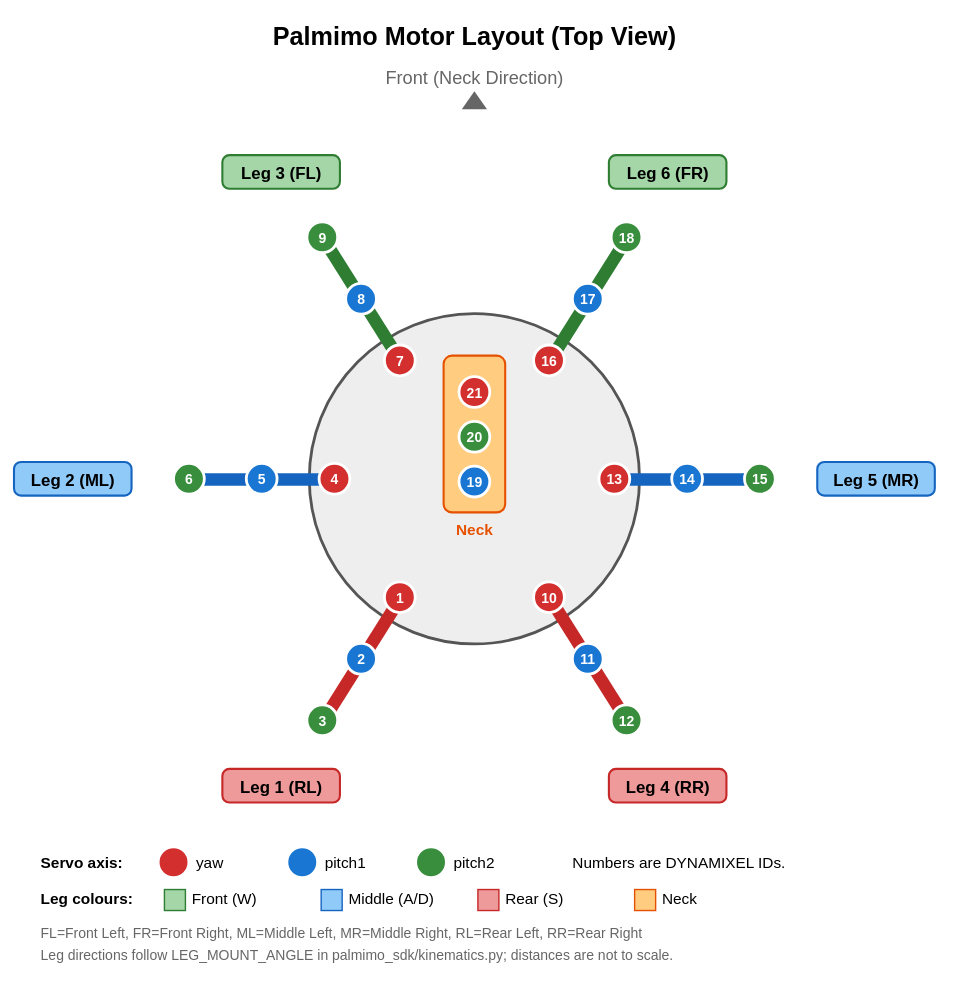
Before: doc/images/motor_layout.drawio.svg, a diagram exported from draw.io (Jizai-inc/palmimo-devkit). Source tidied: cells renumbered, new cells last; positions are measured from the earlier drawing's top-left corner, leaving out a move shared by most shapes. Its diagram source:
```xml
<mxGraphModel background="#ffffff">
  <root>
    <mxCell id="0" />
    <mxCell id="1" parent="0" />
    <mxCell id="2" value="Palmimo Motor Layout (Top View)" style="text;html=0;align=center;verticalAlign=top;spacing=0;spacingTop=0;strokeColor=none;fillColor=none;fontFamily=Helvetica;fontSize=18;fontColor=#000000;fontStyle=1;" parent="1" vertex="1">
      <mxGeometry x="151" width="356" height="26" as="geometry" />
    </mxCell>
    <mxCell id="3" value="Front (Neck Direction)" style="text;html=0;align=center;verticalAlign=top;spacing=0;spacingTop=0;strokeColor=none;fillColor=none;fontFamily=Helvetica;fontSize=13;fontColor=#666666;" parent="1" vertex="1">
      <mxGeometry x="235.5" y="33" width="187" height="20" as="geometry" />
    </mxCell>
    <mxCell id="4" style="html=0;whiteSpace=wrap;fillColor=#666666;strokeColor=none;strokeWidth=1;shape=triangle;direction=north;" parent="1" vertex="1">
      <mxGeometry x="320" y="55" width="18" height="13" as="geometry" />
    </mxCell>
    <mxCell id="5" style="ellipse;html=0;fillColor=#eeeeee;strokeColor=#555555;strokeWidth=2;" parent="1" vertex="1">
      <mxGeometry x="211" y="214" width="236" height="236" as="geometry" />
    </mxCell>
    <mxCell id="6" style="html=0;rounded=0;strokeColor=#c62828;strokeWidth=9;endArrow=none;" parent="1" edge="1">
      <mxGeometry relative="1" as="geometry">
        <mxPoint x="275.7" y="416.6" as="sourcePoint" />
        <mxPoint x="220.3" y="504.6" as="targetPoint" />
      </mxGeometry>
    </mxCell>
    <mxCell id="7" value="1" style="ellipse;html=0;fillColor=#d32f2f;strokeColor=#ffffff;strokeWidth=2;fontColor=#ffffff;fontStyle=1;fontSize=10;fontFamily=Helvetica;" parent="1" vertex="1">
      <mxGeometry x="264.7" y="405.6" width="22" height="22" as="geometry" />
    </mxCell>
    <mxCell id="8" value="2" style="ellipse;html=0;fillColor=#1976d2;strokeColor=#ffffff;strokeWidth=2;fontColor=#ffffff;fontStyle=1;fontSize=10;fontFamily=Helvetica;" parent="1" vertex="1">
      <mxGeometry x="237" y="449.6" width="22" height="22" as="geometry" />
    </mxCell>
    <mxCell id="9" value="3" style="ellipse;html=0;fillColor=#388e3c;strokeColor=#ffffff;strokeWidth=2;fontColor=#ffffff;fontStyle=1;fontSize=10;fontFamily=Helvetica;" parent="1" vertex="1">
      <mxGeometry x="209.3" y="493.6" width="22" height="22" as="geometry" />
    </mxCell>
    <mxCell id="10" value="Leg 1 (RL)" style="rounded=1;absoluteArcSize=1;arcSize=10;html=0;fillColor=#ef9a9a;strokeColor=#c62828;strokeWidth=1.5;fontFamily=Helvetica;fontSize=12;fontStyle=1;fontColor=#000000;" parent="1" vertex="1">
      <mxGeometry x="148.9" y="539.3" width="84" height="24" as="geometry" />
    </mxCell>
    <mxCell id="11" style="html=0;rounded=0;strokeColor=#1565c0;strokeWidth=9;endArrow=none;" parent="1" edge="1">
      <mxGeometry relative="1" as="geometry">
        <mxPoint x="229" y="332" as="sourcePoint" />
        <mxPoint x="125" y="332" as="targetPoint" />
      </mxGeometry>
    </mxCell>
    <mxCell id="12" value="4" style="ellipse;html=0;fillColor=#d32f2f;strokeColor=#ffffff;strokeWidth=2;fontColor=#ffffff;fontStyle=1;fontSize=10;fontFamily=Helvetica;" parent="1" vertex="1">
      <mxGeometry x="218" y="321" width="22" height="22" as="geometry" />
    </mxCell>
    <mxCell id="13" value="5" style="ellipse;html=0;fillColor=#1976d2;strokeColor=#ffffff;strokeWidth=2;fontColor=#ffffff;fontStyle=1;fontSize=10;fontFamily=Helvetica;" parent="1" vertex="1">
      <mxGeometry x="166" y="321" width="22" height="22" as="geometry" />
    </mxCell>
    <mxCell id="14" value="6" style="ellipse;html=0;fillColor=#388e3c;strokeColor=#ffffff;strokeWidth=2;fontColor=#ffffff;fontStyle=1;fontSize=10;fontFamily=Helvetica;" parent="1" vertex="1">
      <mxGeometry x="114" y="321" width="22" height="22" as="geometry" />
    </mxCell>
    <mxCell id="15" value="Leg 2 (ML)" style="rounded=1;absoluteArcSize=1;arcSize=10;html=0;fillColor=#90caf9;strokeColor=#1565c0;strokeWidth=1.5;fontFamily=Helvetica;fontSize=12;fontStyle=1;fontColor=#000000;" parent="1" vertex="1">
      <mxGeometry y="320" width="84" height="24" as="geometry" />
    </mxCell>
    <mxCell id="16" style="html=0;rounded=0;strokeColor=#2e7d32;strokeWidth=9;endArrow=none;" parent="1" edge="1">
      <mxGeometry relative="1" as="geometry">
        <mxPoint x="275.7" y="247.4" as="sourcePoint" />
        <mxPoint x="220.3" y="159.4" as="targetPoint" />
      </mxGeometry>
    </mxCell>
    <mxCell id="17" value="7" style="ellipse;html=0;fillColor=#d32f2f;strokeColor=#ffffff;strokeWidth=2;fontColor=#ffffff;fontStyle=1;fontSize=10;fontFamily=Helvetica;" parent="1" vertex="1">
      <mxGeometry x="264.7" y="236.4" width="22" height="22" as="geometry" />
    </mxCell>
    <mxCell id="18" value="8" style="ellipse;html=0;fillColor=#1976d2;strokeColor=#ffffff;strokeWidth=2;fontColor=#ffffff;fontStyle=1;fontSize=10;fontFamily=Helvetica;" parent="1" vertex="1">
      <mxGeometry x="237" y="192.4" width="22" height="22" as="geometry" />
    </mxCell>
    <mxCell id="19" value="9" style="ellipse;html=0;fillColor=#388e3c;strokeColor=#ffffff;strokeWidth=2;fontColor=#ffffff;fontStyle=1;fontSize=10;fontFamily=Helvetica;" parent="1" vertex="1">
      <mxGeometry x="209.3" y="148.4" width="22" height="22" as="geometry" />
    </mxCell>
    <mxCell id="20" value="Leg 3 (FL)" style="rounded=1;absoluteArcSize=1;arcSize=10;html=0;fillColor=#a5d6a7;strokeColor=#2e7d32;strokeWidth=1.5;fontFamily=Helvetica;fontSize=12;fontStyle=1;fontColor=#000000;" parent="1" vertex="1">
      <mxGeometry x="148.9" y="100.7" width="84" height="24" as="geometry" />
    </mxCell>
    <mxCell id="21" style="html=0;rounded=0;strokeColor=#c62828;strokeWidth=9;endArrow=none;" parent="1" edge="1">
      <mxGeometry relative="1" as="geometry">
        <mxPoint x="382.3" y="416.6" as="sourcePoint" />
        <mxPoint x="437.7" y="504.6" as="targetPoint" />
      </mxGeometry>
    </mxCell>
    <mxCell id="22" value="10" style="ellipse;html=0;fillColor=#d32f2f;strokeColor=#ffffff;strokeWidth=2;fontColor=#ffffff;fontStyle=1;fontSize=10;fontFamily=Helvetica;" parent="1" vertex="1">
      <mxGeometry x="371.3" y="405.6" width="22" height="22" as="geometry" />
    </mxCell>
    <mxCell id="23" value="11" style="ellipse;html=0;fillColor=#1976d2;strokeColor=#ffffff;strokeWidth=2;fontColor=#ffffff;fontStyle=1;fontSize=10;fontFamily=Helvetica;" parent="1" vertex="1">
      <mxGeometry x="399" y="449.6" width="22" height="22" as="geometry" />
    </mxCell>
    <mxCell id="24" value="12" style="ellipse;html=0;fillColor=#388e3c;strokeColor=#ffffff;strokeWidth=2;fontColor=#ffffff;fontStyle=1;fontSize=10;fontFamily=Helvetica;" parent="1" vertex="1">
      <mxGeometry x="426.7" y="493.6" width="22" height="22" as="geometry" />
    </mxCell>
    <mxCell id="25" value="Leg 4 (RR)" style="rounded=1;absoluteArcSize=1;arcSize=10;html=0;fillColor=#ef9a9a;strokeColor=#c62828;strokeWidth=1.5;fontFamily=Helvetica;fontSize=12;fontStyle=1;fontColor=#000000;" parent="1" vertex="1">
      <mxGeometry x="425.1" y="539.3" width="84" height="24" as="geometry" />
    </mxCell>
    <mxCell id="26" style="html=0;rounded=0;strokeColor=#1565c0;strokeWidth=9;endArrow=none;" parent="1" edge="1">
      <mxGeometry relative="1" as="geometry">
        <mxPoint x="429" y="332" as="sourcePoint" />
        <mxPoint x="533" y="332" as="targetPoint" />
      </mxGeometry>
    </mxCell>
    <mxCell id="27" value="13" style="ellipse;html=0;fillColor=#d32f2f;strokeColor=#ffffff;strokeWidth=2;fontColor=#ffffff;fontStyle=1;fontSize=10;fontFamily=Helvetica;" parent="1" vertex="1">
      <mxGeometry x="418" y="321" width="22" height="22" as="geometry" />
    </mxCell>
    <mxCell id="28" value="14" style="ellipse;html=0;fillColor=#1976d2;strokeColor=#ffffff;strokeWidth=2;fontColor=#ffffff;fontStyle=1;fontSize=10;fontFamily=Helvetica;" parent="1" vertex="1">
      <mxGeometry x="470" y="321" width="22" height="22" as="geometry" />
    </mxCell>
    <mxCell id="29" value="15" style="ellipse;html=0;fillColor=#388e3c;strokeColor=#ffffff;strokeWidth=2;fontColor=#ffffff;fontStyle=1;fontSize=10;fontFamily=Helvetica;" parent="1" vertex="1">
      <mxGeometry x="522" y="321" width="22" height="22" as="geometry" />
    </mxCell>
    <mxCell id="30" value="Leg 5 (MR)" style="rounded=1;absoluteArcSize=1;arcSize=10;html=0;fillColor=#90caf9;strokeColor=#1565c0;strokeWidth=1.5;fontFamily=Helvetica;fontSize=12;fontStyle=1;fontColor=#000000;" parent="1" vertex="1">
      <mxGeometry x="574" y="320" width="84" height="24" as="geometry" />
    </mxCell>
    <mxCell id="31" style="html=0;rounded=0;strokeColor=#2e7d32;strokeWidth=9;endArrow=none;" parent="1" edge="1">
      <mxGeometry relative="1" as="geometry">
        <mxPoint x="382.3" y="247.4" as="sourcePoint" />
        <mxPoint x="437.7" y="159.4" as="targetPoint" />
      </mxGeometry>
    </mxCell>
    <mxCell id="32" value="16" style="ellipse;html=0;fillColor=#d32f2f;strokeColor=#ffffff;strokeWidth=2;fontColor=#ffffff;fontStyle=1;fontSize=10;fontFamily=Helvetica;" parent="1" vertex="1">
      <mxGeometry x="371.3" y="236.4" width="22" height="22" as="geometry" />
    </mxCell>
    <mxCell id="33" value="17" style="ellipse;html=0;fillColor=#1976d2;strokeColor=#ffffff;strokeWidth=2;fontColor=#ffffff;fontStyle=1;fontSize=10;fontFamily=Helvetica;" parent="1" vertex="1">
      <mxGeometry x="399" y="192.4" width="22" height="22" as="geometry" />
    </mxCell>
    <mxCell id="34" value="18" style="ellipse;html=0;fillColor=#388e3c;strokeColor=#ffffff;strokeWidth=2;fontColor=#ffffff;fontStyle=1;fontSize=10;fontFamily=Helvetica;" parent="1" vertex="1">
      <mxGeometry x="426.7" y="148.4" width="22" height="22" as="geometry" />
    </mxCell>
    <mxCell id="35" value="Leg 6 (FR)" style="rounded=1;absoluteArcSize=1;arcSize=10;html=0;fillColor=#a5d6a7;strokeColor=#2e7d32;strokeWidth=1.5;fontFamily=Helvetica;fontSize=12;fontStyle=1;fontColor=#000000;" parent="1" vertex="1">
      <mxGeometry x="425.1" y="100.7" width="84" height="24" as="geometry" />
    </mxCell>
    <mxCell id="36" style="rounded=1;absoluteArcSize=1;arcSize=12;html=0;whiteSpace=wrap;fillColor=#ffcc80;strokeColor=#e65100;strokeWidth=1.5;" parent="1" vertex="1">
      <mxGeometry x="307" y="244" width="44" height="112" as="geometry" />
    </mxCell>
    <mxCell id="37" value="19" style="ellipse;html=0;fillColor=#1976d2;strokeColor=#ffffff;strokeWidth=2;fontColor=#ffffff;fontStyle=1;fontSize=10;fontFamily=Helvetica;" parent="1" vertex="1">
      <mxGeometry x="318" y="323" width="22" height="22" as="geometry" />
    </mxCell>
    <mxCell id="38" value="20" style="ellipse;html=0;fillColor=#388e3c;strokeColor=#ffffff;strokeWidth=2;fontColor=#ffffff;fontStyle=1;fontSize=10;fontFamily=Helvetica;" parent="1" vertex="1">
      <mxGeometry x="318" y="291" width="22" height="22" as="geometry" />
    </mxCell>
    <mxCell id="39" value="21" style="ellipse;html=0;fillColor=#d32f2f;strokeColor=#ffffff;strokeWidth=2;fontColor=#ffffff;fontStyle=1;fontSize=10;fontFamily=Helvetica;" parent="1" vertex="1">
      <mxGeometry x="318" y="259" width="22" height="22" as="geometry" />
    </mxCell>
    <mxCell id="40" value="Neck" style="text;html=0;align=center;verticalAlign=top;spacing=0;spacingTop=0;strokeColor=none;fillColor=none;fontFamily=Helvetica;fontSize=11;fontColor=#e65100;fontStyle=1;" parent="1" vertex="1">
      <mxGeometry x="309" y="357" width="40" height="18" as="geometry" />
    </mxCell>
    <mxCell id="41" value="Servo axis:" style="text;html=0;align=left;verticalAlign=top;spacing=0;spacingTop=0;strokeColor=none;fillColor=none;fontFamily=Helvetica;fontSize=11;fontColor=#000000;fontStyle=1;" parent="1" vertex="1">
      <mxGeometry x="19" y="595" width="80" height="18" as="geometry" />
    </mxCell>
    <mxCell id="42" style="ellipse;html=0;fillColor=#d32f2f;strokeColor=#ffffff;strokeWidth=2;fontColor=#ffffff;fontStyle=1;fontSize=10;fontFamily=Helvetica;" parent="1" vertex="1">
      <mxGeometry x="103" y="595" width="22" height="22" as="geometry" />
    </mxCell>
    <mxCell id="43" value="yaw" style="text;html=0;align=left;verticalAlign=top;spacing=0;spacingTop=0;strokeColor=none;fillColor=none;fontFamily=Helvetica;fontSize=11;fontColor=#000000;" parent="1" vertex="1">
      <mxGeometry x="130" y="595" width="60" height="18" as="geometry" />
    </mxCell>
    <mxCell id="44" style="ellipse;html=0;fillColor=#1976d2;strokeColor=#ffffff;strokeWidth=2;fontColor=#ffffff;fontStyle=1;fontSize=10;fontFamily=Helvetica;" parent="1" vertex="1">
      <mxGeometry x="195" y="595" width="22" height="22" as="geometry" />
    </mxCell>
    <mxCell id="45" value="pitch1" style="text;html=0;align=left;verticalAlign=top;spacing=0;spacingTop=0;strokeColor=none;fillColor=none;fontFamily=Helvetica;fontSize=11;fontColor=#000000;" parent="1" vertex="1">
      <mxGeometry x="222" y="595" width="60" height="18" as="geometry" />
    </mxCell>
    <mxCell id="46" style="ellipse;html=0;fillColor=#388e3c;strokeColor=#ffffff;strokeWidth=2;fontColor=#ffffff;fontStyle=1;fontSize=10;fontFamily=Helvetica;" parent="1" vertex="1">
      <mxGeometry x="287" y="595" width="22" height="22" as="geometry" />
    </mxCell>
    <mxCell id="47" value="pitch2" style="text;html=0;align=left;verticalAlign=top;spacing=0;spacingTop=0;strokeColor=none;fillColor=none;fontFamily=Helvetica;fontSize=11;fontColor=#000000;" parent="1" vertex="1">
      <mxGeometry x="314" y="595" width="60" height="18" as="geometry" />
    </mxCell>
    <mxCell id="48" value="Numbers are DYNAMIXEL IDs." style="text;html=0;align=left;verticalAlign=top;spacing=0;spacingTop=0;strokeColor=none;fillColor=none;fontFamily=Helvetica;fontSize=11;fontColor=#000000;" parent="1" vertex="1">
      <mxGeometry x="399" y="595" width="200" height="18" as="geometry" />
    </mxCell>
    <mxCell id="49" value="Leg colours:" style="text;html=0;align=left;verticalAlign=top;spacing=0;spacingTop=0;strokeColor=none;fillColor=none;fontFamily=Helvetica;fontSize=11;fontColor=#000000;fontStyle=1;" parent="1" vertex="1">
      <mxGeometry x="19" y="621" width="80" height="18" as="geometry" />
    </mxCell>
    <mxCell id="50" style="html=0;whiteSpace=wrap;fillColor=#a5d6a7;strokeColor=#2e7d32;strokeWidth=1;" parent="1" vertex="1">
      <mxGeometry x="107" y="625" width="15" height="15" as="geometry" />
    </mxCell>
    <mxCell id="51" value="Front (W)" style="text;html=0;align=left;verticalAlign=top;spacing=0;spacingTop=0;strokeColor=none;fillColor=none;fontFamily=Helvetica;fontSize=11;fontColor=#000000;" parent="1" vertex="1">
      <mxGeometry x="127" y="621" width="85" height="18" as="geometry" />
    </mxCell>
    <mxCell id="52" style="html=0;whiteSpace=wrap;fillColor=#90caf9;strokeColor=#1565c0;strokeWidth=1;" parent="1" vertex="1">
      <mxGeometry x="219" y="625" width="15" height="15" as="geometry" />
    </mxCell>
    <mxCell id="53" value="Middle (A/D)" style="text;html=0;align=left;verticalAlign=top;spacing=0;spacingTop=0;strokeColor=none;fillColor=none;fontFamily=Helvetica;fontSize=11;fontColor=#000000;" parent="1" vertex="1">
      <mxGeometry x="239" y="621" width="85" height="18" as="geometry" />
    </mxCell>
    <mxCell id="54" style="html=0;whiteSpace=wrap;fillColor=#ef9a9a;strokeColor=#c62828;strokeWidth=1;" parent="1" vertex="1">
      <mxGeometry x="331" y="625" width="15" height="15" as="geometry" />
    </mxCell>
    <mxCell id="55" value="Rear (S)" style="text;html=0;align=left;verticalAlign=top;spacing=0;spacingTop=0;strokeColor=none;fillColor=none;fontFamily=Helvetica;fontSize=11;fontColor=#000000;" parent="1" vertex="1">
      <mxGeometry x="351" y="621" width="85" height="18" as="geometry" />
    </mxCell>
    <mxCell id="56" style="html=0;whiteSpace=wrap;fillColor=#ffcc80;strokeColor=#e65100;strokeWidth=1;" parent="1" vertex="1">
      <mxGeometry x="443" y="625" width="15" height="15" as="geometry" />
    </mxCell>
    <mxCell id="57" value="Neck" style="text;html=0;align=left;verticalAlign=top;spacing=0;spacingTop=0;strokeColor=none;fillColor=none;fontFamily=Helvetica;fontSize=11;fontColor=#000000;" parent="1" vertex="1">
      <mxGeometry x="463" y="621" width="85" height="18" as="geometry" />
    </mxCell>
    <mxCell id="58" value="FL=Front Left, FR=Front Right, ML=Middle Left, MR=Middle Right, RL=Rear Left, RR=Rear Right" style="text;html=0;align=left;verticalAlign=top;spacing=0;spacingTop=0;strokeColor=none;fillColor=none;fontFamily=Helvetica;fontSize=10;fontColor=#666666;" parent="1" vertex="1">
      <mxGeometry x="19" y="646" width="560" height="16" as="geometry" />
    </mxCell>
    <mxCell id="59" value="Leg directions follow LEG_MOUNT_ANGLE in palmimo_sdk/kinematics.py; distances are not to scale." style="text;html=0;align=left;verticalAlign=top;spacing=0;spacingTop=0;strokeColor=none;fillColor=none;fontFamily=Helvetica;fontSize=10;fontColor=#666666;" parent="1" vertex="1">
      <mxGeometry x="19" y="662" width="560" height="16" as="geometry" />
    </mxCell>
  </root>
</mxGraphModel>
```
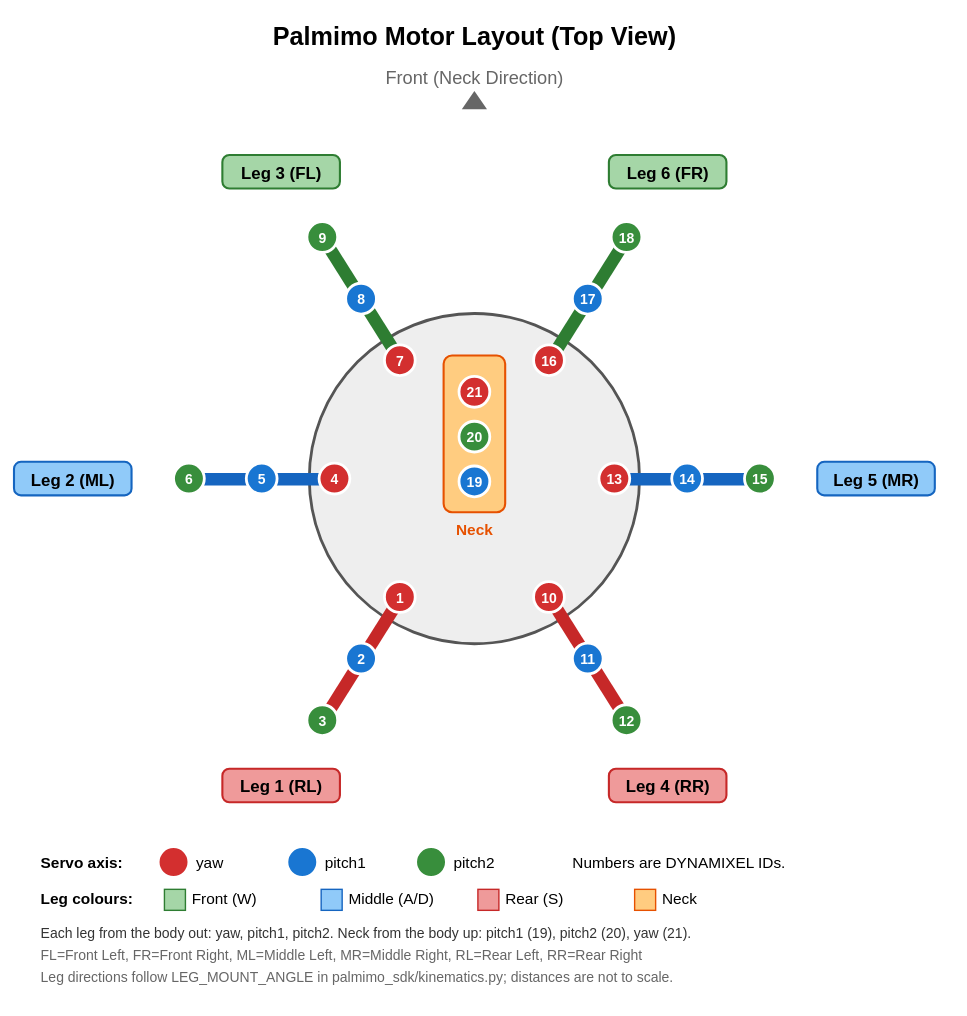
After the commit.

Commit message:
docs(images): spell out the servo axis order in the motor layout legend

The axis of each ID was given by colour alone. Name the order along each
leg and up the neck in text, so the figure reads in grayscale too.

What changed in the source:
```diff
@@ -188,11 +188,14 @@
     <mxCell id="57" value="Neck" style="text;html=0;align=left;verticalAlign=top;spacing=0;spacingTop=0;strokeColor=none;fillColor=none;fontFamily=Helvetica;fontSize=11;fontColor=#000000;" parent="1" vertex="1">
       <mxGeometry x="463" y="621" width="85" height="18" as="geometry" />
     </mxCell>
+    <mxCell id="60" value="Each leg from the body out: yaw, pitch1, pitch2. Neck from the body up: pitch1 (19), pitch2 (20), yaw (21)." style="text;html=0;align=left;verticalAlign=top;spacing=0;spacingTop=0;strokeColor=none;fillColor=none;fontFamily=Helvetica;fontSize=10;fontColor=#333333;" parent="1" vertex="1">
+      <mxGeometry x="19" y="646" width="600" height="16" as="geometry" />
+    </mxCell>
     <mxCell id="58" value="FL=Front Left, FR=Front Right, ML=Middle Left, MR=Middle Right, RL=Rear Left, RR=Rear Right" style="text;html=0;align=left;verticalAlign=top;spacing=0;spacingTop=0;strokeColor=none;fillColor=none;fontFamily=Helvetica;fontSize=10;fontColor=#666666;" parent="1" vertex="1">
-      <mxGeometry x="19" y="646" width="560" height="16" as="geometry" />
+      <mxGeometry x="19" y="662" width="560" height="16" as="geometry" />
     </mxCell>
     <mxCell id="59" value="Leg directions follow LEG_MOUNT_ANGLE in palmimo_sdk/kinematics.py; distances are not to scale." style="text;html=0;align=left;verticalAlign=top;spacing=0;spacingTop=0;strokeColor=none;fillColor=none;fontFamily=Helvetica;fontSize=10;fontColor=#666666;" parent="1" vertex="1">
-      <mxGeometry x="19" y="662" width="560" height="16" as="geometry" />
+      <mxGeometry x="19" y="678" width="560" height="16" as="geometry" />
     </mxCell>
   </root>
 </mxGraphModel>
```
